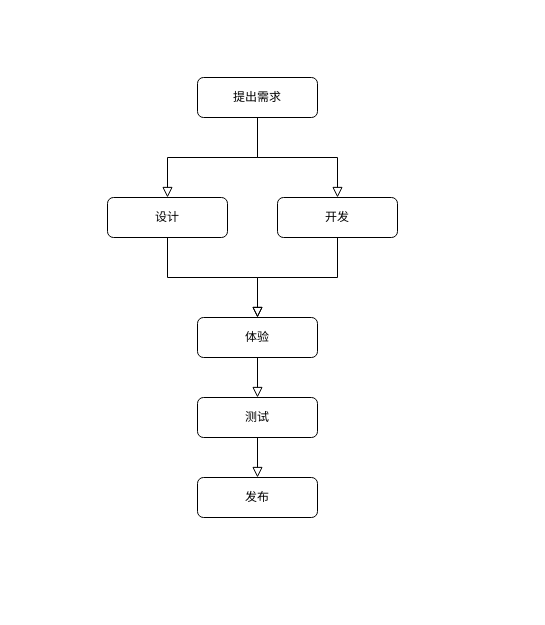
Fuku-L/draw-io-repo keeps this draw.io diagram as developmentProcess.drawio. Above is the earlier version. Source tidied: cells renumbered, new cells numbered last; positions are measured from the earlier drawing's top-left corner, leaving out a move shared by most shapes. Both pictures are drawn from the tidied source at 100%, with x=0, y=0 at pixel (107, 77).
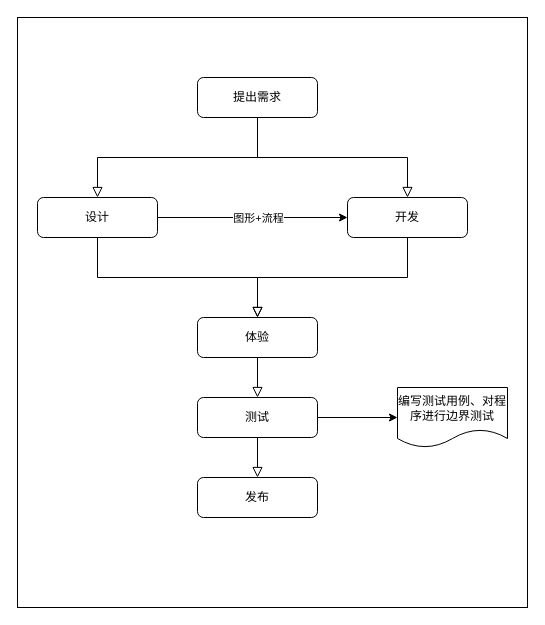
The same diagram, later.

What changed in the source:
```diff
@@
 <mxGraphModel>
   <root>
     <mxCell id="0" />
     <mxCell id="1" parent="0" />
+    <mxCell id="14" style="rounded=0;whiteSpace=wrap;html=1;" parent="1" vertex="1">
+      <mxGeometry x="-90" y="-60" width="510" height="590" as="geometry" />
+    </mxCell>
-    <mxCell id="2" style="rounded=0;html=1;jettySize=auto;fontSize=11;endArrow=block;endFill=0;endSize=8;strokeWidth=1;shadow=0;labelBackgroundColor=none;edgeStyle=orthogonalEdgeStyle;entryX=0.5;entryY=0;entryDx=0;entryDy=0;" parent="1" edge="1" source="3" target="4">
+    <mxCell id="2" style="rounded=0;html=1;jettySize=auto;fontSize=11;endArrow=block;endFill=0;endSize=8;strokeWidth=1;shadow=0;labelBackgroundColor=none;edgeStyle=orthogonalEdgeStyle;entryX=0.5;entryY=0;entryDx=0;entryDy=0;exitX=0.5;exitY=1;exitDx=0;exitDy=0;" parent="1" edge="1" source="3" target="4">
       <mxGeometry relative="1" as="geometry" />
     </mxCell>
     <mxCell id="3" value="提出需求" style="rounded=1;whiteSpace=wrap;html=1;fontSize=12;glass=0;strokeWidth=1;shadow=0;" parent="1" vertex="1">
       <mxGeometry x="90" width="120" height="40" as="geometry" />
     </mxCell>
+    <mxCell id="15" style="edgeStyle=orthogonalEdgeStyle;rounded=0;jettySize=auto;html=1;exitX=1;exitY=0.5;exitDx=0;exitDy=0;entryX=0;entryY=0.5;entryDx=0;entryDy=0;" parent="1" edge="1" source="4" target="5">
+      <mxGeometry relative="1" as="geometry" />
+    </mxCell>
+    <mxCell id="16" value="图形+流程" style="edgeLabel;html=1;align=center;verticalAlign=middle;" parent="15" vertex="1">
+      <mxGeometry x="-0.19" y="-2" relative="1" as="geometry">
+        <mxPoint x="23" y="-2" as="offset" />
+      </mxGeometry>
+    </mxCell>
     <mxCell id="4" value="设计" style="rounded=1;whiteSpace=wrap;html=1;fontSize=12;glass=0;strokeWidth=1;shadow=0;" parent="1" vertex="1">
-      <mxGeometry y="120" width="120" height="40" as="geometry" />
+      <mxGeometry x="-70" y="120" width="120" height="40" as="geometry" />
     </mxCell>
     <mxCell id="5" value="开发" style="rounded=1;whiteSpace=wrap;html=1;fontSize=12;glass=0;strokeWidth=1;shadow=0;" parent="1" vertex="1">
-      <mxGeometry x="170" y="120" width="120" height="40" as="geometry" />
+      <mxGeometry x="240" y="120" width="120" height="40" as="geometry" />
     </mxCell>
     <mxCell id="6" style="rounded=0;html=1;jettySize=auto;fontSize=11;endArrow=block;endFill=0;endSize=8;strokeWidth=1;shadow=0;labelBackgroundColor=none;edgeStyle=orthogonalEdgeStyle;exitX=0.5;exitY=1;exitDx=0;exitDy=0;" parent="1" edge="1" source="3" target="5">
       <mxGeometry relative="1" as="geometry" />
     </mxCell>
     <mxCell id="7" style="rounded=0;html=1;jettySize=auto;fontSize=11;endArrow=block;endFill=0;endSize=8;strokeWidth=1;shadow=0;labelBackgroundColor=none;edgeStyle=orthogonalEdgeStyle;entryX=0.5;entryY=0;entryDx=0;entryDy=0;exitX=0.5;exitY=1;exitDx=0;exitDy=0;" parent="1" edge="1" source="4" target="8">
       <mxGeometry relative="1" as="geometry" />
     </mxCell>
     <mxCell id="8" value="体验" style="rounded=1;whiteSpace=wrap;html=1;fontSize=12;glass=0;strokeWidth=1;shadow=0;" parent="1" vertex="1">
       <mxGeometry x="90" y="240" width="120" height="40" as="geometry" />
     </mxCell>
     <mxCell id="9" style="rounded=0;html=1;jettySize=auto;fontSize=11;endArrow=block;endFill=0;endSize=8;strokeWidth=1;shadow=0;labelBackgroundColor=none;edgeStyle=orthogonalEdgeStyle;entryX=0.5;entryY=0;entryDx=0;entryDy=0;exitX=0.5;exitY=1;exitDx=0;exitDy=0;" parent="1" edge="1" source="5" target="8">
       <mxGeometry relative="1" as="geometry" />
     </mxCell>
+    <mxCell id="17" style="edgeStyle=orthogonalEdgeStyle;rounded=0;jettySize=auto;html=1;" parent="1" edge="1" source="10" target="18">
+      <mxGeometry relative="1" as="geometry" />
+    </mxCell>
     <mxCell id="10" value="测试" style="rounded=1;whiteSpace=wrap;html=1;fontSize=12;glass=0;strokeWidth=1;shadow=0;" parent="1" vertex="1">
       <mxGeometry x="90" y="320" width="120" height="40" as="geometry" />
     </mxCell>
     <mxCell id="11" value="发布" style="rounded=1;whiteSpace=wrap;html=1;fontSize=12;glass=0;strokeWidth=1;shadow=0;" parent="1" vertex="1">
       <mxGeometry x="90" y="400" width="120" height="40" as="geometry" />
     </mxCell>
     <mxCell id="12" style="rounded=0;html=1;jettySize=auto;fontSize=11;endArrow=block;endFill=0;endSize=8;strokeWidth=1;shadow=0;labelBackgroundColor=none;edgeStyle=orthogonalEdgeStyle;exitX=0.5;exitY=1;exitDx=0;exitDy=0;entryX=0.5;entryY=0;entryDx=0;entryDy=0;" parent="1" edge="1" source="8" target="10">
       <mxGeometry relative="1" as="geometry" />
     </mxCell>
     <mxCell id="13" style="rounded=0;html=1;jettySize=auto;fontSize=11;endArrow=block;endFill=0;endSize=8;strokeWidth=1;shadow=0;labelBackgroundColor=none;edgeStyle=orthogonalEdgeStyle;exitX=0.5;exitY=1;exitDx=0;exitDy=0;entryX=0.5;entryY=0;entryDx=0;entryDy=0;" parent="1" edge="1" source="10" target="11">
       <mxGeometry relative="1" as="geometry" />
     </mxCell>
+    <mxCell id="18" value="编写测试用例、对程序进行边界测试" style="shape=document;whiteSpace=wrap;html=1;boundedLbl=1;rounded=1;glass=0;strokeWidth=1;shadow=0;" parent="1" vertex="1">
+      <mxGeometry x="290" y="310" width="110" height="60" as="geometry" />
+    </mxCell>
   </root>
 </mxGraphModel>
```
